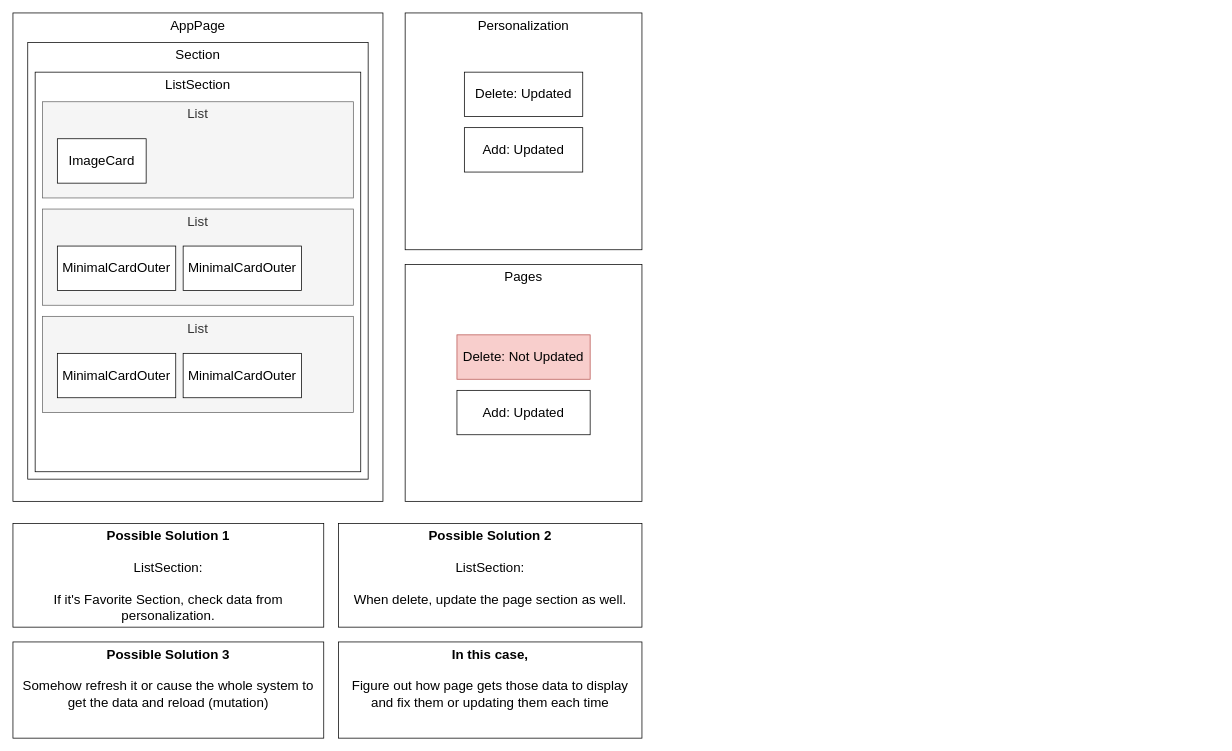
This is Client-Web.drawio from brightlightkim/Coding_Design, a draw.io file, before an edit. Source tidied: cells renumbered, new cells numbered last; positions are measured from the earlier drawing's top-left corner, leaving out a move shared by most shapes. Both pictures are drawn from the tidied source at 74%, with x=0, y=0 at pixel (13, 13).
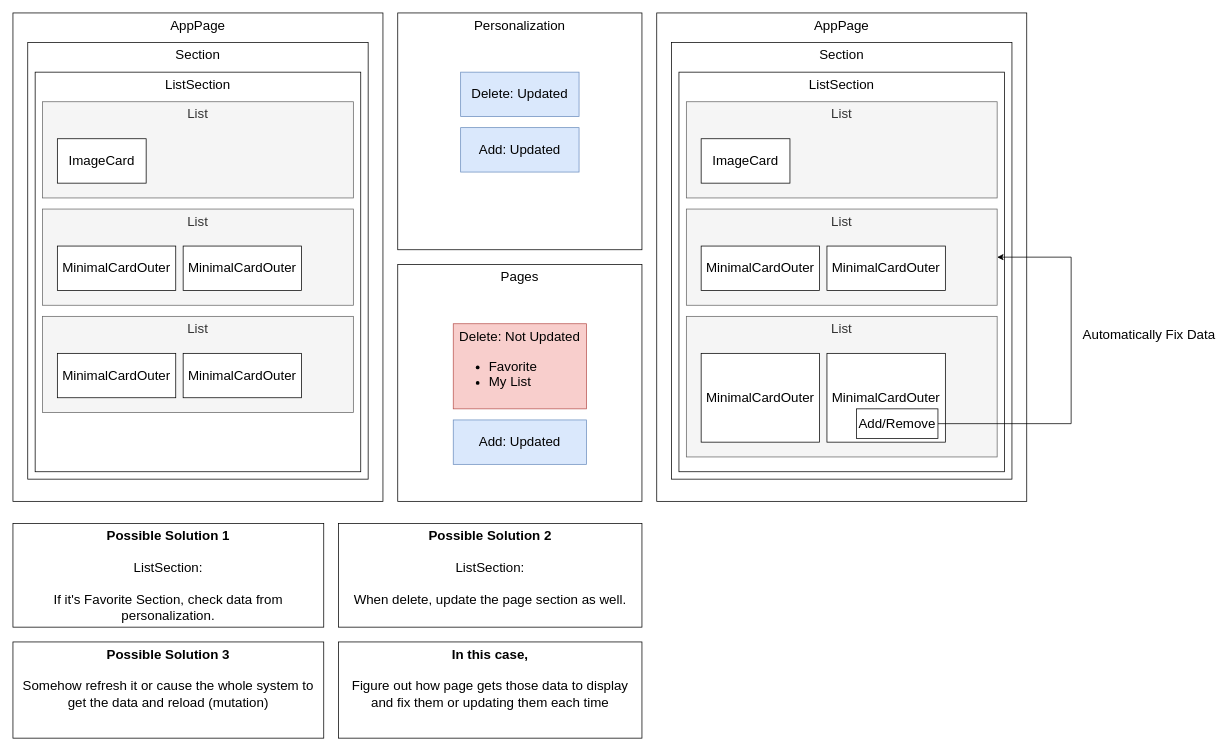
Above is the later version.

Diff of the diagram source:
```diff
@@
     <mxCell id="13" value="Personalization" style="rounded=0;whiteSpace=wrap;html=1;verticalAlign=top;fontSize=18;" parent="1" vertex="1">
-      <mxGeometry x="530" width="320" height="320" as="geometry" />
+      <mxGeometry x="520" width="330" height="320" as="geometry" />
     </mxCell>
     <mxCell id="14" value="Pages" style="rounded=0;whiteSpace=wrap;html=1;verticalAlign=top;fontSize=18;" parent="1" vertex="1">
-      <mxGeometry x="530" y="340" width="320" height="320" as="geometry" />
+      <mxGeometry x="520" y="340" width="330" height="320" as="geometry" />
     </mxCell>
-    <mxCell id="15" value="Delete: Not Updated" style="rounded=0;whiteSpace=wrap;html=1;fontSize=18;fillColor=#f8cecc;strokeColor=#b85450;" parent="1" vertex="1">
-      <mxGeometry x="600" y="435" width="180" height="60" as="geometry" />
+    <mxCell id="15" value="Delete: Not Updated&lt;br&gt;&lt;ul&gt;&lt;li style=&quot;text-align: left;&quot;&gt;Favorite&lt;/li&gt;&lt;li style=&quot;text-align: left;&quot;&gt;My List&lt;/li&gt;&lt;/ul&gt;" style="rounded=0;whiteSpace=wrap;html=1;fontSize=18;fillColor=#f8cecc;strokeColor=#b85450;" parent="1" vertex="1">
+      <mxGeometry x="595" y="420" width="180" height="115" as="geometry" />
     </mxCell>
-    <mxCell id="16" value="Delete: Updated" style="rounded=0;whiteSpace=wrap;html=1;fontSize=18;" parent="1" vertex="1">
-      <mxGeometry x="610" y="80" width="160" height="60" as="geometry" />
+    <mxCell id="16" value="Delete: Updated" style="rounded=0;whiteSpace=wrap;html=1;fontSize=18;fillColor=#dae8fc;strokeColor=#6c8ebf;" parent="1" vertex="1">
+      <mxGeometry x="605" y="80" width="160" height="60" as="geometry" />
     </mxCell>
-    <mxCell id="17" value="Add: Updated" style="rounded=0;whiteSpace=wrap;html=1;fontSize=18;" parent="1" vertex="1">
-      <mxGeometry x="600" y="510" width="180" height="60" as="geometry" />
+    <mxCell id="17" value="Add: Updated" style="rounded=0;whiteSpace=wrap;html=1;fontSize=18;fillColor=#dae8fc;strokeColor=#6c8ebf;" parent="1" vertex="1">
+      <mxGeometry x="595" y="550" width="180" height="60" as="geometry" />
     </mxCell>
-    <mxCell id="18" value="Add: Updated" style="rounded=0;whiteSpace=wrap;html=1;fontSize=18;" parent="1" vertex="1">
-      <mxGeometry x="610" y="155" width="160" height="60" as="geometry" />
+    <mxCell id="18" value="Add: Updated" style="rounded=0;whiteSpace=wrap;html=1;fontSize=18;fillColor=#dae8fc;strokeColor=#6c8ebf;" parent="1" vertex="1">
+      <mxGeometry x="605" y="155" width="160" height="60" as="geometry" />
     </mxCell>
@@
+    <mxCell id="23" value="AppPage" style="rounded=0;whiteSpace=wrap;html=1;verticalAlign=top;fontSize=18;" parent="1" vertex="1">
+      <mxGeometry x="870" width="500" height="660" as="geometry" />
+    </mxCell>
+    <mxCell id="24" value="Section" style="rounded=0;whiteSpace=wrap;html=1;verticalAlign=top;fontSize=18;" parent="1" vertex="1">
+      <mxGeometry x="890" y="40" width="460" height="590" as="geometry" />
+    </mxCell>
+    <mxCell id="25" value="ListSection" style="rounded=0;whiteSpace=wrap;html=1;verticalAlign=top;fontSize=18;" parent="1" vertex="1">
+      <mxGeometry x="900" y="80" width="440" height="540" as="geometry" />
+    </mxCell>
+    <mxCell id="26" value="List" style="rounded=0;whiteSpace=wrap;html=1;verticalAlign=top;fontSize=18;fillColor=#f5f5f5;fontColor=#333333;strokeColor=#666666;" parent="1" vertex="1">
+      <mxGeometry x="910" y="120" width="420" height="130" as="geometry" />
+    </mxCell>
+    <mxCell id="27" value="ImageCard" style="rounded=0;whiteSpace=wrap;html=1;fontSize=18;" parent="1" vertex="1">
+      <mxGeometry x="930" y="170" width="120" height="60" as="geometry" />
+    </mxCell>
+    <mxCell id="28" value="List" style="rounded=0;whiteSpace=wrap;html=1;verticalAlign=top;fontSize=18;fillColor=#f5f5f5;fontColor=#333333;strokeColor=#666666;" parent="1" vertex="1">
+      <mxGeometry x="910" y="265" width="420" height="130" as="geometry" />
+    </mxCell>
+    <mxCell id="29" value="MinimalCardOuter" style="rounded=0;whiteSpace=wrap;html=1;fontSize=18;" parent="1" vertex="1">
+      <mxGeometry x="930" y="315" width="160" height="60" as="geometry" />
+    </mxCell>
+    <mxCell id="30" value="List" style="rounded=0;whiteSpace=wrap;html=1;verticalAlign=top;fontSize=18;fillColor=#f5f5f5;fontColor=#333333;strokeColor=#666666;" parent="1" vertex="1">
+      <mxGeometry x="910" y="410" width="420" height="190" as="geometry" />
+    </mxCell>
+    <mxCell id="31" value="MinimalCardOuter" style="rounded=0;whiteSpace=wrap;html=1;fontSize=18;" parent="1" vertex="1">
+      <mxGeometry x="930" y="460" width="160" height="120" as="geometry" />
+    </mxCell>
+    <mxCell id="32" value="MinimalCardOuter" style="rounded=0;whiteSpace=wrap;html=1;fontSize=18;" parent="1" vertex="1">
+      <mxGeometry x="1100" y="315" width="160" height="60" as="geometry" />
+    </mxCell>
+    <mxCell id="33" value="MinimalCardOuter" style="rounded=0;whiteSpace=wrap;html=1;fontSize=18;" parent="1" vertex="1">
+      <mxGeometry x="1100" y="460" width="160" height="120" as="geometry" />
+    </mxCell>
+    <mxCell id="34" style="edgeStyle=orthogonalEdgeStyle;rounded=0;jettySize=auto;html=1;fontSize=18;entryX=1;entryY=0.5;entryDx=0;entryDy=0;" parent="1" edge="1" source="35" target="28">
+      <mxGeometry relative="1" as="geometry">
+        <Array as="points">
+          <mxPoint x="1430" y="555" />
+          <mxPoint x="1430" y="330" />
+        </Array>
+      </mxGeometry>
+    </mxCell>
+    <mxCell id="35" value="Add/Remove" style="rounded=0;whiteSpace=wrap;html=1;fontSize=18;" parent="1" vertex="1">
+      <mxGeometry x="1140" y="535" width="110" height="40" as="geometry" />
+    </mxCell>
+    <mxCell id="36" value="Automatically Fix Data" style="text;html=1;align=center;verticalAlign=middle;strokeColor=none;fillColor=none;fontSize=18;" parent="1" vertex="1">
+      <mxGeometry x="1440" y="420" width="190" height="30" as="geometry" />
+    </mxCell>
```
